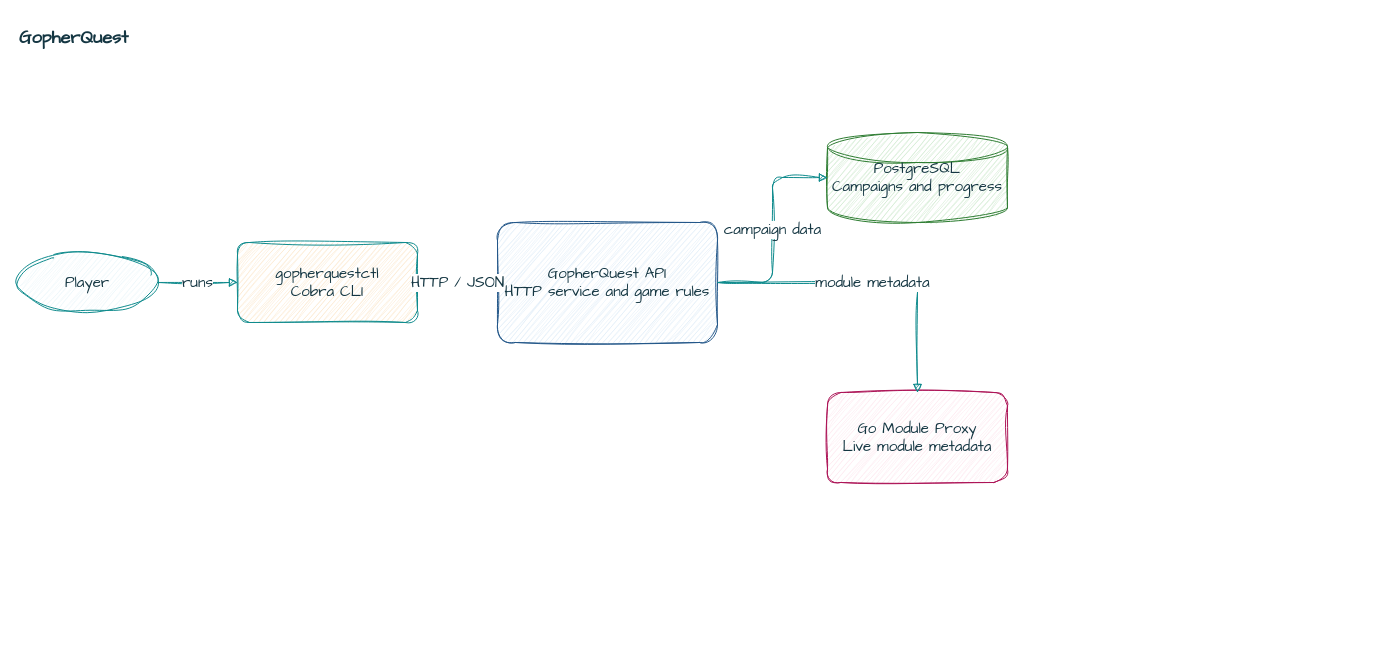
gotraining2026/gopherquest keeps this draw.io diagram as docs/gopherquest-context.drawio. Above is the earlier version. Source tidied: cells renumbered, new cells numbered last; positions are measured from the earlier drawing's top-left corner, leaving out a move shared by most shapes. Both pictures are drawn from the tidied source at 100%, with x=0, y=0 at pixel (17, 17).
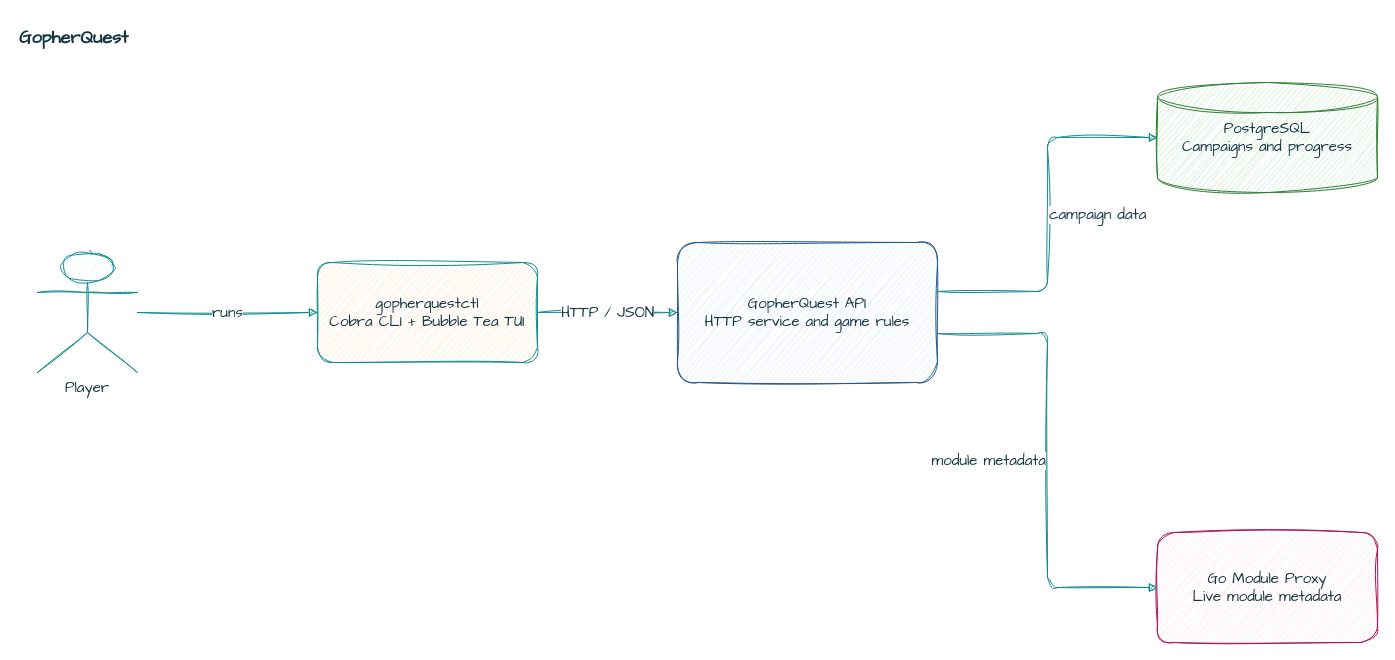
The same diagram, later.

What changed in the source:
```diff
@@
 <mxGraphModel>
   <root>
     <mxCell id="0" />
     <mxCell id="1" parent="0" />
     <mxCell id="2" value="GopherQuest" style="text;html=1;sketch=1;hachureGap=4;jiggle=2;curveFitting=1;strokeColor=none;fontFamily=Architects Daughter;fontColor=#143642;fillColor=none;fontSize=18;fontStyle=1;align=left;verticalAlign=middle;" parent="1" vertex="1">
-      <mxGeometry width="1000" height="40" as="geometry" />
+      <mxGeometry width="1300" height="40" as="geometry" />
     </mxCell>
-    <mxCell id="3" value="Player" style="ellipse;perimeter=ellipsePerimeter;whiteSpace=wrap;html=1;sketch=1;hachureGap=4;jiggle=2;curveFitting=1;strokeColor=#0F8B8D;fontFamily=Architects Daughter;fontColor=#143642;fillColor=#E8F4F8;fontSize=15;" parent="1" vertex="1">
-      <mxGeometry y="235" width="140" height="60" as="geometry" />
+    <mxCell id="3" value="Player" style="shape=umlActor;verticalLabelPosition=bottom;verticalAlign=top;align=center;whiteSpace=wrap;html=1;sketch=1;hachureGap=4;jiggle=2;curveFitting=1;strokeColor=#0F8B8D;fontFamily=Architects Daughter;fontColor=#143642;fillColor=#E8F4F8;fontSize=15;" parent="1" vertex="1">
+      <mxGeometry x="20" y="235" width="100" height="120" as="geometry" />
     </mxCell>
-    <mxCell id="4" value="gopherquestctl&#10;Cobra CLI" style="rounded=1;whiteSpace=wrap;html=1;sketch=1;hachureGap=4;jiggle=2;curveFitting=1;strokeColor=#0F8B8D;fontFamily=Architects Daughter;fontColor=#143642;fillColor=#FAE5C7;fontSize=15;" parent="1" vertex="1">
-      <mxGeometry x="220" y="225" width="180" height="80" as="geometry" />
+    <mxCell id="4" value="gopherquestctl&#10;Cobra CLI + Bubble Tea TUI" style="rounded=1;whiteSpace=wrap;html=1;sketch=1;hachureGap=4;jiggle=2;curveFitting=1;strokeColor=#0F8B8D;fontFamily=Architects Daughter;fontColor=#143642;fillColor=#FAE5C7;fontSize=15;" parent="1" vertex="1">
+      <mxGeometry x="300" y="245" width="220" height="100" as="geometry" />
     </mxCell>
     <mxCell id="5" value="GopherQuest API&#10;HTTP service and game rules" style="rounded=1;whiteSpace=wrap;html=1;sketch=1;hachureGap=4;jiggle=2;curveFitting=1;strokeColor=#235789;fontFamily=Architects Daughter;fontColor=#143642;fillColor=#DDEBF7;fontSize=15;" parent="1" vertex="1">
-      <mxGeometry x="480" y="205" width="220" height="120" as="geometry" />
+      <mxGeometry x="660" y="225" width="260" height="140" as="geometry" />
     </mxCell>
     <mxCell id="6" value="PostgreSQL&#10;Campaigns and progress" style="shape=cylinder3;whiteSpace=wrap;html=1;sketch=1;hachureGap=4;jiggle=2;curveFitting=1;strokeColor=#2E7D32;fontFamily=Architects Daughter;fontColor=#143642;fillColor=#C8E6C9;fontSize=15;" parent="1" vertex="1">
-      <mxGeometry x="810" y="115" width="180" height="90" as="geometry" />
+      <mxGeometry x="1140" y="65" width="220" height="110" as="geometry" />
     </mxCell>
     <mxCell id="7" value="Go Module Proxy&#10;Live module metadata" style="rounded=1;whiteSpace=wrap;html=1;sketch=1;hachureGap=4;jiggle=2;curveFitting=1;strokeColor=#AD1457;fontFamily=Architects Daughter;fontColor=#143642;fillColor=#FCE4EC;fontSize=15;" parent="1" vertex="1">
-      <mxGeometry x="810" y="375" width="180" height="90" as="geometry" />
+      <mxGeometry x="1140" y="515" width="220" height="110" as="geometry" />
     </mxCell>
-    <mxCell id="8" value="runs" style="html=1;sketch=1;hachureGap=4;jiggle=2;curveFitting=1;strokeColor=#0F8B8D;fontFamily=Architects Daughter;fontColor=#143642;fontSize=15;fillColor=none;endArrow=block;endFill=1;edgeStyle=orthogonalEdgeStyle;rounded=1;" parent="1" edge="1" source="3" target="4">
+    <mxCell id="8" value="runs" style="html=1;sketch=1;hachureGap=4;jiggle=2;curveFitting=1;strokeColor=#0F8B8D;fontFamily=Architects Daughter;fontColor=#143642;fontSize=15;fillColor=none;endArrow=block;endFill=1;edgeStyle=orthogonalEdgeStyle;rounded=1;labelBackgroundColor=#FFFFFF;" parent="1" edge="1" source="3" target="4">
       <mxGeometry relative="1" as="geometry" />
     </mxCell>
-    <mxCell id="9" value="HTTP / JSON" style="html=1;sketch=1;hachureGap=4;jiggle=2;curveFitting=1;strokeColor=#0F8B8D;fontFamily=Architects Daughter;fontColor=#143642;fontSize=15;fillColor=none;endArrow=block;endFill=1;edgeStyle=orthogonalEdgeStyle;rounded=1;" parent="1" edge="1" source="4" target="5">
+    <mxCell id="9" value="HTTP / JSON" style="html=1;sketch=1;hachureGap=4;jiggle=2;curveFitting=1;strokeColor=#0F8B8D;fontFamily=Architects Daughter;fontColor=#143642;fontSize=15;fillColor=none;endArrow=block;endFill=1;edgeStyle=orthogonalEdgeStyle;rounded=1;labelBackgroundColor=#FFFFFF;" parent="1" edge="1" source="4" target="5">
       <mxGeometry relative="1" as="geometry" />
     </mxCell>
-    <mxCell id="10" value="campaign data" style="html=1;sketch=1;hachureGap=4;jiggle=2;curveFitting=1;strokeColor=#0F8B8D;fontFamily=Architects Daughter;fontColor=#143642;fontSize=15;fillColor=none;endArrow=block;endFill=1;edgeStyle=orthogonalEdgeStyle;rounded=1;" parent="1" edge="1" source="5" target="6">
+    <mxCell id="10" value="campaign data" style="html=1;sketch=1;hachureGap=4;jiggle=2;curveFitting=1;strokeColor=#0F8B8D;fontFamily=Architects Daughter;fontColor=#143642;fontSize=15;fillColor=none;endArrow=block;endFill=1;edgeStyle=orthogonalEdgeStyle;rounded=1;labelBackgroundColor=#FFFFFF;labelPosition=right;align=left;verticalLabelPosition=middle;verticalAlign=middle;exitX=1;exitY=0.35;entryX=0;entryY=0.5;" parent="1" edge="1" source="5" target="6">
       <mxGeometry relative="1" as="geometry" />
     </mxCell>
-    <mxCell id="11" value="module metadata" style="html=1;sketch=1;hachureGap=4;jiggle=2;curveFitting=1;strokeColor=#0F8B8D;fontFamily=Architects Daughter;fontColor=#143642;fontSize=15;fillColor=none;endArrow=block;endFill=1;edgeStyle=orthogonalEdgeStyle;rounded=1;" parent="1" edge="1" source="5" target="7">
+    <mxCell id="11" value="module metadata" style="html=1;sketch=1;hachureGap=4;jiggle=2;curveFitting=1;strokeColor=#0F8B8D;fontFamily=Architects Daughter;fontColor=#143642;fontSize=15;fillColor=none;endArrow=block;endFill=1;edgeStyle=orthogonalEdgeStyle;rounded=1;labelBackgroundColor=#FFFFFF;labelPosition=left;align=right;verticalLabelPosition=middle;verticalAlign=middle;exitX=1;exitY=0.65;entryX=0;entryY=0.5;" parent="1" edge="1" source="5" target="7">
       <mxGeometry relative="1" as="geometry" />
     </mxCell>
   </root>
 </mxGraphModel>
```
